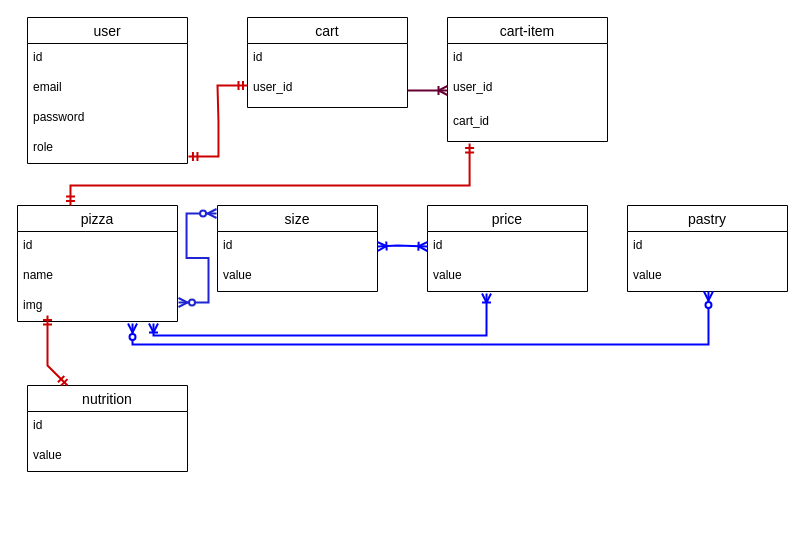
ShmidtAlex/fullstack-pizza keeps this draw.io diagram as server/pizzaDB.drawio. Above is the earlier version. Source tidied: cells renumbered, new cells numbered last; positions are measured from the earlier drawing's top-left corner, leaving out a move shared by most shapes. Both pictures are drawn from the tidied source at 100%, with x=0, y=0 at pixel (17, 17).
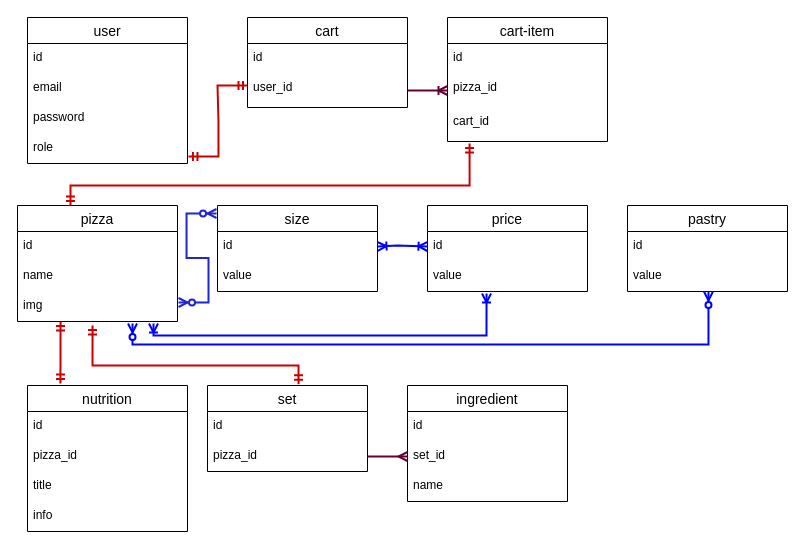
After the change.

Commit message (it also covers changes not shown here):
models finished

Unchanged cells that the change refers to:
```xml
<mxCell id="14" value="img" style="text;strokeColor=none;fillColor=none;spacingLeft=4;spacingRight=4;overflow=hidden;points=[[0,0.5],[1,0.5]];portConstraint=eastwest;fontSize=12;whiteSpace=wrap;html=1;" parent="11" vertex="1">
  <mxGeometry y="86" width="160" height="30" as="geometry" />
</mxCell>
<mxCell id="34" value="cart-item" style="swimlane;fontStyle=0;horizontal=1;startSize=26;align=center;fontSize=14;" parent="1" vertex="1">
  <mxGeometry x="430" width="160" height="124" as="geometry" />
</mxCell>
```

Change to the diagram source:
```diff
@@
     <mxCell id="30" value="nutrition" style="swimlane;fontStyle=0;horizontal=1;startSize=26;align=center;fontSize=14;" parent="1" vertex="1">
-      <mxGeometry x="10" y="368" width="160" height="86" as="geometry" />
+      <mxGeometry x="10" y="368" width="160" height="146" as="geometry" />
     </mxCell>
@@
+    <mxCell id="40" value="pizza_id" style="text;strokeColor=none;fillColor=none;spacingLeft=4;spacingRight=4;overflow=hidden;fontSize=12;whiteSpace=wrap;html=1;" parent="30" vertex="1">
+      <mxGeometry y="56" width="160" height="30" as="geometry" />
+    </mxCell>
-    <mxCell id="32" value="value" style="text;strokeColor=none;fillColor=none;spacingLeft=4;spacingRight=4;overflow=hidden;fontSize=12;whiteSpace=wrap;html=1;" parent="30" vertex="1">
-      <mxGeometry y="56" width="160" height="30" as="geometry" />
+    <mxCell id="32" value="title&lt;br&gt;&lt;br&gt;" style="text;strokeColor=none;fillColor=none;spacingLeft=4;spacingRight=4;overflow=hidden;fontSize=12;whiteSpace=wrap;html=1;" parent="30" vertex="1">
+      <mxGeometry y="86" width="160" height="30" as="geometry" />
     </mxCell>
-    <mxCell id="33" style="fontSize=12;html=1;endArrow=ERmandOne;startArrow=ERmandOne;rounded=0;exitX=0.25;exitY=0;exitDx=0;exitDy=0;strokeColor=#CC0000;strokeWidth=2;" parent="1" edge="1" source="30">
-      <mxGeometry relative="1" as="geometry">
-        <mxPoint x="30" y="298" as="targetPoint" />
-        <Array as="points">
-          <mxPoint x="30" y="348" />
-        </Array>
-      </mxGeometry>
-    </mxCell>
+    <mxCell id="41" value="info" style="text;strokeColor=none;fillColor=none;spacingLeft=4;spacingRight=4;overflow=hidden;fontSize=12;whiteSpace=wrap;html=1;" parent="30" vertex="1">
+      <mxGeometry y="116" width="160" height="30" as="geometry" />
+    </mxCell>
@@
-    <mxCell id="36" value="user_id" style="text;strokeColor=none;fillColor=none;spacingLeft=4;spacingRight=4;overflow=hidden;points=[[0,0.5],[1,0.5]];portConstraint=eastwest;fontSize=12;whiteSpace=wrap;html=1;" parent="34" vertex="1">
+    <mxCell id="36" value="pizza_id" style="text;strokeColor=none;fillColor=none;spacingLeft=4;spacingRight=4;overflow=hidden;points=[[0,0.5],[1,0.5]];portConstraint=eastwest;fontSize=12;whiteSpace=wrap;html=1;" parent="34" vertex="1">
       <mxGeometry y="56" width="160" height="34" as="geometry" />
     </mxCell>
@@
+    <mxCell id="42" style="fontSize=12;html=1;endArrow=ERmandOne;startArrow=ERmandOne;rounded=0;exitX=0.269;exitY=1;exitDx=0;exitDy=0;exitPerimeter=0;entryX=0.206;entryY=-0.014;entryDx=0;entryDy=0;entryPerimeter=0;strokeWidth=2;strokeColor=#CC0000;" parent="1" edge="1" source="14" target="30">
+      <mxGeometry relative="1" as="geometry" />
+    </mxCell>
+    <mxCell id="43" value="set" style="swimlane;fontStyle=0;horizontal=1;startSize=26;align=center;fontSize=14;" parent="1" vertex="1">
+      <mxGeometry x="190" y="368" width="160" height="86" as="geometry" />
+    </mxCell>
+    <mxCell id="44" value="id" style="text;strokeColor=none;fillColor=none;spacingLeft=4;spacingRight=4;overflow=hidden;fontSize=12;whiteSpace=wrap;html=1;" parent="43" vertex="1">
+      <mxGeometry y="26" width="160" height="30" as="geometry" />
+    </mxCell>
+    <mxCell id="45" value="pizza_id" style="text;strokeColor=none;fillColor=none;spacingLeft=4;spacingRight=4;overflow=hidden;fontSize=12;whiteSpace=wrap;html=1;" parent="43" vertex="1">
+      <mxGeometry y="56" width="160" height="30" as="geometry" />
+    </mxCell>
+    <mxCell id="46" style="edgeStyle=orthogonalEdgeStyle;fontSize=12;html=1;endArrow=ERmandOne;startArrow=ERmandOne;rounded=0;entryX=0.469;entryY=1.133;entryDx=0;entryDy=0;entryPerimeter=0;exitX=0.569;exitY=-0.014;exitDx=0;exitDy=0;exitPerimeter=0;strokeWidth=2;strokeColor=#CC0000;" parent="1" edge="1" source="43" target="14">
+      <mxGeometry relative="1" as="geometry">
+        <Array as="points">
+          <mxPoint x="281" y="348" />
+          <mxPoint x="75" y="348" />
+        </Array>
+      </mxGeometry>
+    </mxCell>
+    <mxCell id="47" value="ingredient" style="swimlane;fontStyle=0;horizontal=1;startSize=26;align=center;fontSize=14;" parent="1" vertex="1">
+      <mxGeometry x="390" y="368" width="160" height="116" as="geometry" />
+    </mxCell>
+    <mxCell id="48" value="id" style="text;strokeColor=none;fillColor=none;spacingLeft=4;spacingRight=4;overflow=hidden;fontSize=12;whiteSpace=wrap;html=1;" parent="47" vertex="1">
+      <mxGeometry y="26" width="160" height="30" as="geometry" />
+    </mxCell>
+    <mxCell id="49" value="set_id" style="text;strokeColor=none;fillColor=none;spacingLeft=4;spacingRight=4;overflow=hidden;points=[[0,0.5],[1,0.5]];portConstraint=eastwest;fontSize=12;whiteSpace=wrap;html=1;" parent="47" vertex="1">
+      <mxGeometry y="56" width="160" height="30" as="geometry" />
+    </mxCell>
+    <mxCell id="50" value="name" style="text;strokeColor=none;fillColor=none;spacingLeft=4;spacingRight=4;overflow=hidden;fontSize=12;whiteSpace=wrap;html=1;" parent="47" vertex="1">
+      <mxGeometry y="86" width="160" height="30" as="geometry" />
+    </mxCell>
+    <mxCell id="51" style="fontSize=12;html=1;endArrow=ERmany;rounded=0;entryX=0;entryY=0.5;entryDx=0;entryDy=0;strokeWidth=2;strokeColor=#660033;" parent="1" edge="1" target="49">
+      <mxGeometry relative="1" as="geometry">
+        <mxPoint x="350" y="439" as="sourcePoint" />
+      </mxGeometry>
+    </mxCell>
```
